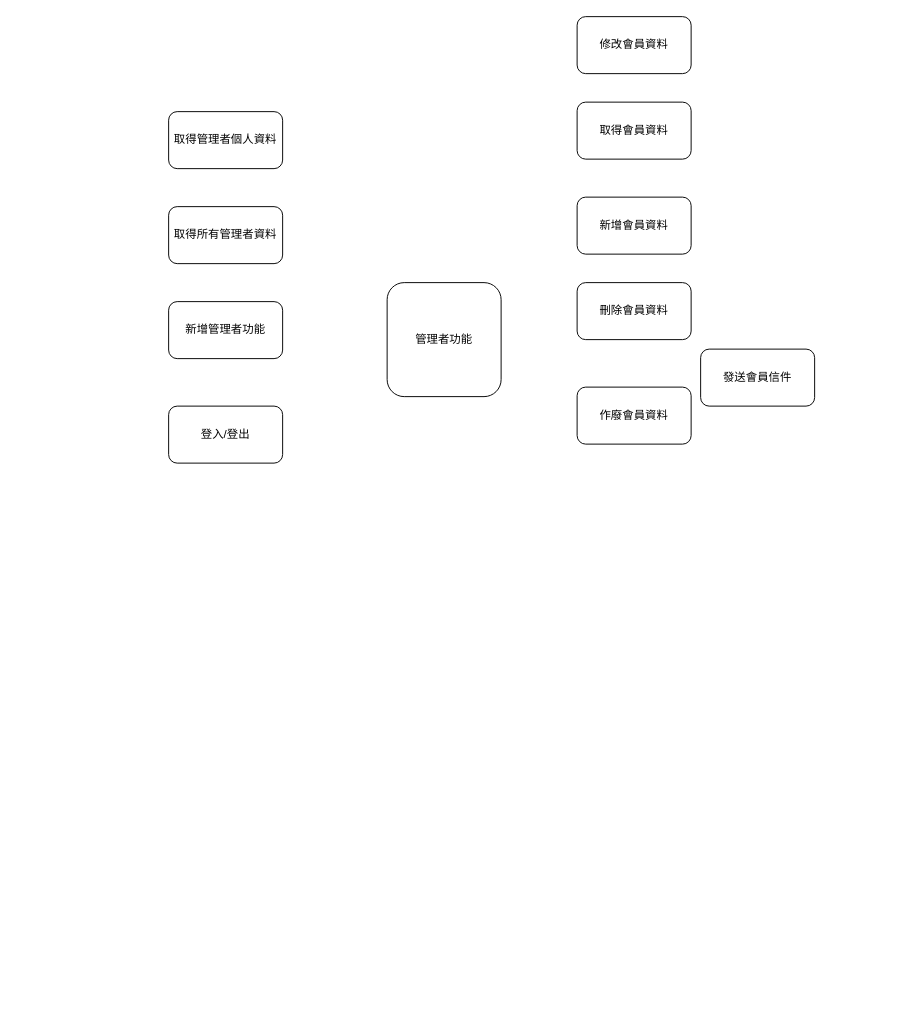
Above: FCUYA.drawio in yaojen/FcuYaDoc (draw.io), before the change. Source tidied: cells renumbered, new cells numbered last; positions are measured from the earlier drawing's top-left corner, leaving out a move shared by most shapes. Both pictures are drawn from the tidied source at 95%, with x=0, y=0 at pixel (168, 16).
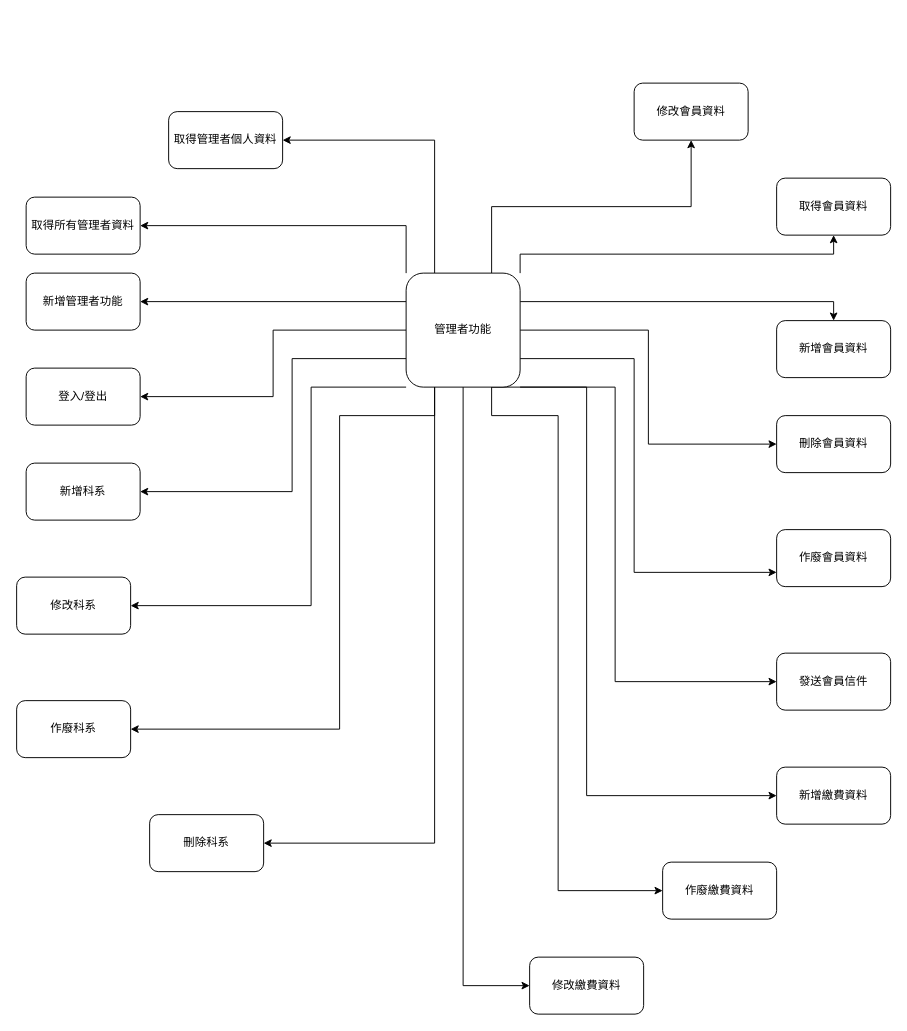
Above is the later version.

The change refers to these unchanged cells:
```xml
<mxCell id="3" value="取得管理者個人資料" style="rounded=1;whiteSpace=wrap;html=1;" parent="1" vertex="1">
  <mxGeometry y="100" width="120" height="60" as="geometry" />
</mxCell>
```

What changed in the source:
```diff
@@
+    <mxCell id="13" style="edgeStyle=orthogonalEdgeStyle;rounded=0;jettySize=auto;html=1;exitX=0.25;exitY=0;exitDx=0;exitDy=0;entryX=1;entryY=0.5;entryDx=0;entryDy=0;" parent="1" edge="1" source="2" target="3">
+      <mxGeometry relative="1" as="geometry" />
+    </mxCell>
+    <mxCell id="14" style="edgeStyle=orthogonalEdgeStyle;rounded=0;jettySize=auto;html=1;exitX=0;exitY=0;exitDx=0;exitDy=0;entryX=1;entryY=0.5;entryDx=0;entryDy=0;" parent="1" edge="1" source="2" target="6">
+      <mxGeometry relative="1" as="geometry" />
+    </mxCell>
+    <mxCell id="15" style="edgeStyle=orthogonalEdgeStyle;rounded=0;jettySize=auto;html=1;exitX=0;exitY=0.25;exitDx=0;exitDy=0;entryX=1;entryY=0.5;entryDx=0;entryDy=0;" parent="1" edge="1" source="2" target="7">
+      <mxGeometry relative="1" as="geometry" />
+    </mxCell>
+    <mxCell id="16" style="edgeStyle=orthogonalEdgeStyle;rounded=0;jettySize=auto;html=1;exitX=0.75;exitY=0;exitDx=0;exitDy=0;entryX=0.5;entryY=1;entryDx=0;entryDy=0;" parent="1" edge="1" source="2" target="11">
+      <mxGeometry relative="1" as="geometry" />
+    </mxCell>
+    <mxCell id="17" style="edgeStyle=orthogonalEdgeStyle;rounded=0;jettySize=auto;html=1;exitX=1;exitY=0;exitDx=0;exitDy=0;entryX=0.5;entryY=1;entryDx=0;entryDy=0;" parent="1" edge="1" source="2" target="4">
+      <mxGeometry relative="1" as="geometry" />
+    </mxCell>
+    <mxCell id="18" style="edgeStyle=orthogonalEdgeStyle;rounded=0;jettySize=auto;html=1;exitX=1;exitY=0.25;exitDx=0;exitDy=0;entryX=0.5;entryY=0;entryDx=0;entryDy=0;" parent="1" edge="1" source="2" target="9">
+      <mxGeometry relative="1" as="geometry" />
+    </mxCell>
+    <mxCell id="19" style="edgeStyle=orthogonalEdgeStyle;rounded=0;jettySize=auto;html=1;exitX=1;exitY=0.5;exitDx=0;exitDy=0;entryX=0;entryY=0.5;entryDx=0;entryDy=0;" parent="1" edge="1" source="2" target="10">
+      <mxGeometry relative="1" as="geometry" />
+    </mxCell>
+    <mxCell id="20" style="edgeStyle=orthogonalEdgeStyle;rounded=0;jettySize=auto;html=1;exitX=1;exitY=0.75;exitDx=0;exitDy=0;entryX=0;entryY=0.75;entryDx=0;entryDy=0;" parent="1" edge="1" source="2" target="12">
+      <mxGeometry relative="1" as="geometry">
+        <Array as="points">
+          <mxPoint x="490" y="360" />
+          <mxPoint x="490" y="585" />
+        </Array>
+      </mxGeometry>
+    </mxCell>
+    <mxCell id="21" style="edgeStyle=orthogonalEdgeStyle;rounded=0;jettySize=auto;html=1;exitX=1;exitY=1;exitDx=0;exitDy=0;entryX=0;entryY=0.5;entryDx=0;entryDy=0;" parent="1" edge="1" source="2" target="5">
+      <mxGeometry relative="1" as="geometry">
+        <Array as="points">
+          <mxPoint x="470" y="390" />
+          <mxPoint x="470" y="700" />
+        </Array>
+      </mxGeometry>
+    </mxCell>
+    <mxCell id="22" style="edgeStyle=orthogonalEdgeStyle;rounded=0;jettySize=auto;html=1;exitX=0.75;exitY=1;exitDx=0;exitDy=0;entryX=0;entryY=0.5;entryDx=0;entryDy=0;" parent="1" edge="1" source="2" target="34">
+      <mxGeometry relative="1" as="geometry">
+        <Array as="points">
+          <mxPoint x="440" y="390" />
+          <mxPoint x="440" y="820" />
+        </Array>
+      </mxGeometry>
+    </mxCell>
+    <mxCell id="23" style="edgeStyle=orthogonalEdgeStyle;rounded=0;jettySize=auto;html=1;exitX=0.75;exitY=1;exitDx=0;exitDy=0;entryX=0;entryY=0.5;entryDx=0;entryDy=0;" parent="1" edge="1" source="2" target="35">
+      <mxGeometry relative="1" as="geometry">
+        <Array as="points">
+          <mxPoint x="340" y="420" />
+          <mxPoint x="410" y="420" />
+          <mxPoint x="410" y="920" />
+        </Array>
+      </mxGeometry>
+    </mxCell>
+    <mxCell id="24" style="edgeStyle=orthogonalEdgeStyle;rounded=0;jettySize=auto;html=1;exitX=0.5;exitY=1;exitDx=0;exitDy=0;entryX=0;entryY=0.5;entryDx=0;entryDy=0;" parent="1" edge="1" source="2" target="36">
+      <mxGeometry relative="1" as="geometry" />
+    </mxCell>
+    <mxCell id="25" style="edgeStyle=orthogonalEdgeStyle;rounded=0;jettySize=auto;html=1;exitX=0;exitY=0.5;exitDx=0;exitDy=0;entryX=1;entryY=0.5;entryDx=0;entryDy=0;" parent="1" edge="1" source="2" target="8">
+      <mxGeometry relative="1" as="geometry" />
+    </mxCell>
+    <mxCell id="26" style="edgeStyle=orthogonalEdgeStyle;rounded=0;jettySize=auto;html=1;exitX=0;exitY=0.75;exitDx=0;exitDy=0;entryX=1;entryY=0.5;entryDx=0;entryDy=0;" parent="1" edge="1" source="2" target="30">
+      <mxGeometry relative="1" as="geometry">
+        <Array as="points">
+          <mxPoint x="130" y="360" />
+          <mxPoint x="130" y="500" />
+        </Array>
+      </mxGeometry>
+    </mxCell>
+    <mxCell id="27" style="edgeStyle=orthogonalEdgeStyle;rounded=0;jettySize=auto;html=1;exitX=0;exitY=1;exitDx=0;exitDy=0;entryX=1;entryY=0.5;entryDx=0;entryDy=0;" parent="1" edge="1" source="2" target="31">
+      <mxGeometry relative="1" as="geometry">
+        <Array as="points">
+          <mxPoint x="150" y="390" />
+          <mxPoint x="150" y="620" />
+        </Array>
+      </mxGeometry>
+    </mxCell>
+    <mxCell id="28" style="edgeStyle=orthogonalEdgeStyle;rounded=0;jettySize=auto;html=1;exitX=0.25;exitY=1;exitDx=0;exitDy=0;entryX=1;entryY=0.5;entryDx=0;entryDy=0;" parent="1" edge="1" source="2" target="32">
+      <mxGeometry relative="1" as="geometry">
+        <Array as="points">
+          <mxPoint x="280" y="420" />
+          <mxPoint x="180" y="420" />
+          <mxPoint x="180" y="750" />
+        </Array>
+      </mxGeometry>
+    </mxCell>
+    <mxCell id="29" style="edgeStyle=orthogonalEdgeStyle;rounded=0;jettySize=auto;html=1;exitX=0.25;exitY=1;exitDx=0;exitDy=0;entryX=1;entryY=0.5;entryDx=0;entryDy=0;" parent="1" edge="1" source="2" target="33">
+      <mxGeometry relative="1" as="geometry" />
+    </mxCell>
     <mxCell id="2" value="管理者功能" style="rounded=1;whiteSpace=wrap;html=1;" parent="1" vertex="1">
-      <mxGeometry x="230" y="280" width="120" height="120" as="geometry" />
+      <mxGeometry x="250" y="270" width="120" height="120" as="geometry" />
     </mxCell>
@@
     <mxCell id="4" value="取得會員資料" style="rounded=1;whiteSpace=wrap;html=1;" parent="1" vertex="1">
-      <mxGeometry x="430" y="90" width="120" height="60" as="geometry" />
+      <mxGeometry x="640" y="170" width="120" height="60" as="geometry" />
     </mxCell>
     <mxCell id="5" value="發送會員信件" style="rounded=1;whiteSpace=wrap;html=1;" parent="1" vertex="1">
-      <mxGeometry x="560" y="350" width="120" height="60" as="geometry" />
+      <mxGeometry x="640" y="670" width="120" height="60" as="geometry" />
     </mxCell>
     <mxCell id="6" value="取得所有管理者資料" style="rounded=1;whiteSpace=wrap;html=1;" parent="1" vertex="1">
-      <mxGeometry y="200" width="120" height="60" as="geometry" />
+      <mxGeometry x="-150" y="190" width="120" height="60" as="geometry" />
     </mxCell>
     <mxCell id="7" value="新增管理者功能" style="rounded=1;whiteSpace=wrap;html=1;" parent="1" vertex="1">
-      <mxGeometry y="300" width="120" height="60" as="geometry" />
+      <mxGeometry x="-150" y="270" width="120" height="60" as="geometry" />
     </mxCell>
     <mxCell id="8" value="登入/登出" style="rounded=1;whiteSpace=wrap;html=1;" parent="1" vertex="1">
-      <mxGeometry y="410" width="120" height="60" as="geometry" />
+      <mxGeometry x="-150" y="370" width="120" height="60" as="geometry" />
     </mxCell>
     <mxCell id="9" value="新增會員資料" style="rounded=1;whiteSpace=wrap;html=1;" parent="1" vertex="1">
-      <mxGeometry x="430" y="190" width="120" height="60" as="geometry" />
+      <mxGeometry x="640" y="320" width="120" height="60" as="geometry" />
     </mxCell>
     <mxCell id="10" value="刪除會員資料" style="rounded=1;whiteSpace=wrap;html=1;" parent="1" vertex="1">
-      <mxGeometry x="430" y="280" width="120" height="60" as="geometry" />
+      <mxGeometry x="640" y="420" width="120" height="60" as="geometry" />
     </mxCell>
     <mxCell id="11" value="修改會員資料" style="rounded=1;whiteSpace=wrap;html=1;" parent="1" vertex="1">
-      <mxGeometry x="430" width="120" height="60" as="geometry" />
+      <mxGeometry x="490" y="70" width="120" height="60" as="geometry" />
     </mxCell>
     <mxCell id="12" value="作廢會員資料" style="rounded=1;whiteSpace=wrap;html=1;" parent="1" vertex="1">
-      <mxGeometry x="430" y="390" width="120" height="60" as="geometry" />
+      <mxGeometry x="640" y="540" width="120" height="60" as="geometry" />
     </mxCell>
+    <mxCell id="30" value="新增科系" style="rounded=1;whiteSpace=wrap;html=1;" parent="1" vertex="1">
+      <mxGeometry x="-150" y="470" width="120" height="60" as="geometry" />
+    </mxCell>
+    <mxCell id="31" value="修改科系" style="rounded=1;whiteSpace=wrap;html=1;" parent="1" vertex="1">
+      <mxGeometry x="-160" y="590" width="120" height="60" as="geometry" />
+    </mxCell>
+    <mxCell id="32" value="作廢科系" style="rounded=1;whiteSpace=wrap;html=1;" parent="1" vertex="1">
+      <mxGeometry x="-160" y="720" width="120" height="60" as="geometry" />
+    </mxCell>
+    <mxCell id="33" value="刪除科系" style="rounded=1;whiteSpace=wrap;html=1;" parent="1" vertex="1">
+      <mxGeometry x="-20" y="840" width="120" height="60" as="geometry" />
+    </mxCell>
+    <mxCell id="34" value="新增繳費資料" style="rounded=1;whiteSpace=wrap;html=1;" parent="1" vertex="1">
+      <mxGeometry x="640" y="790" width="120" height="60" as="geometry" />
+    </mxCell>
+    <mxCell id="35" value="作廢繳費資料" style="rounded=1;whiteSpace=wrap;html=1;" parent="1" vertex="1">
+      <mxGeometry x="520" y="890" width="120" height="60" as="geometry" />
+    </mxCell>
+    <mxCell id="36" value="修改繳費資料" style="rounded=1;whiteSpace=wrap;html=1;" parent="1" vertex="1">
+      <mxGeometry x="380" y="990" width="120" height="60" as="geometry" />
+    </mxCell>
```
